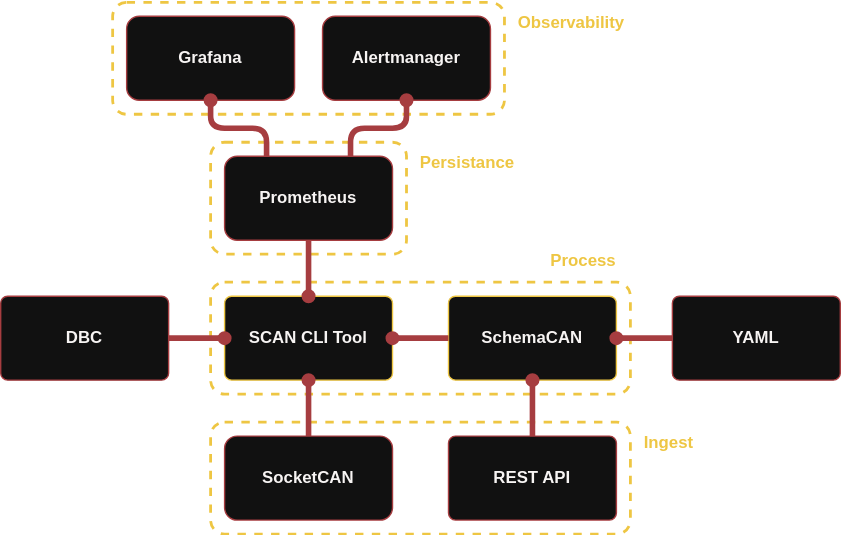
Before: docs/img/scan_architecture.drawio.svg, a diagram exported from draw.io (autonomoosetech/schemacan). Source tidied: cells renumbered, new cells last; positions are measured from the earlier drawing's top-left corner, leaving out a move shared by most shapes.
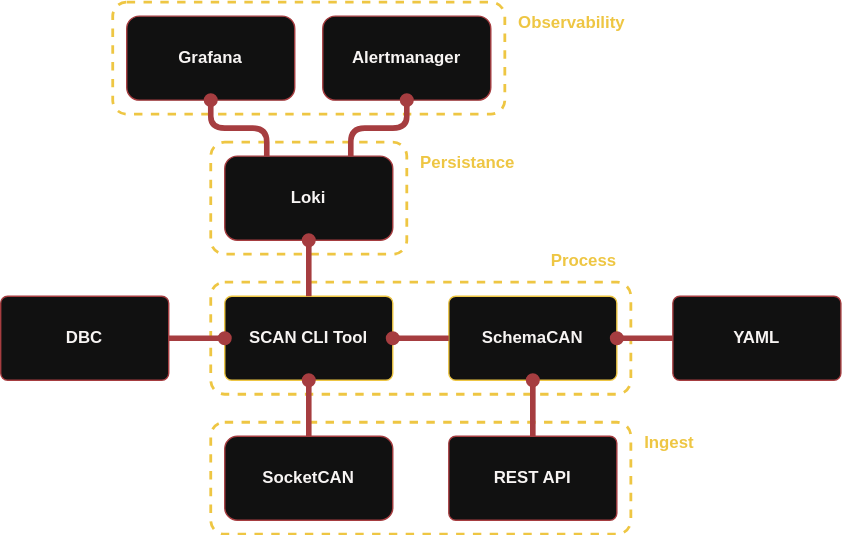
Later version of the same file.

Commit message:
change prometheus to loki

Diff of the diagram source:
```diff
@@ -32,10 +32,7 @@
     <mxCell id="11" style="edgeStyle=orthogonalEdgeStyle;rounded=1;jettySize=auto;html=1;exitX=0;exitY=0.5;exitDx=0;exitDy=0;entryX=1;entryY=0.5;entryDx=0;entryDy=0;fontColor=#F7F4F3;endArrow=oval;endFill=1;startSize=6;endSize=6;strokeColor=#A63D40;strokeWidth=4;" parent="1" edge="1" source="6" target="10">
       <mxGeometry relative="1" as="geometry" />
     </mxCell>
-    <mxCell id="12" style="edgeStyle=orthogonalEdgeStyle;rounded=1;jettySize=auto;html=1;exitX=0.5;exitY=1;exitDx=0;exitDy=0;fontColor=#EEC643;endArrow=oval;endFill=1;startSize=6;endSize=6;strokeColor=#A63D40;strokeWidth=4;" parent="1" edge="1" source="13" target="10">
-      <mxGeometry relative="1" as="geometry" />
-    </mxCell>
-    <mxCell id="13" value="Prometheus" style="rounded=1;whiteSpace=wrap;html=1;fontColor=#F7F4F3;fillColor=#111111;fontStyle=1;strokeColor=#A63D40;shadow=0;strokeWidth=1;" parent="1" vertex="1">
+    <mxCell id="13" value="Loki" style="rounded=1;whiteSpace=wrap;html=1;fontColor=#F7F4F3;fillColor=#111111;fontStyle=1;strokeColor=#A63D40;shadow=0;strokeWidth=1;" parent="1" vertex="1">
       <mxGeometry x="160" y="110" width="120" height="60" as="geometry" />
     </mxCell>
     <mxCell id="14" value="Grafana" style="rounded=1;whiteSpace=wrap;html=1;fontColor=#F7F4F3;fillColor=#111111;fontStyle=1;strokeColor=#A63D40;shadow=0;strokeWidth=1;" parent="1" vertex="1">
@@ -77,5 +74,14 @@
     <mxCell id="26" value="DBC" style="rounded=1;whiteSpace=wrap;html=1;fillColor=#111111;strokeColor=#A63D40;absoluteArcSize=1;arcSize=10;fontStyle=1;fontColor=#F7F4F3;shadow=0;strokeWidth=1;" parent="1" vertex="1">
       <mxGeometry y="210" width="120" height="60" as="geometry" />
     </mxCell>
+    <mxCell id="27" style="edgeStyle=orthogonalEdgeStyle;rounded=1;jettySize=auto;html=1;entryX=0.5;entryY=1;entryDx=0;entryDy=0;fontColor=#F7F4F3;endArrow=oval;endFill=1;startSize=6;endSize=6;strokeColor=#A63D40;strokeWidth=4;" parent="1" edge="1" target="13">
+      <mxGeometry relative="1" as="geometry">
+        <mxPoint x="220" y="210" as="sourcePoint" />
+        <Array as="points">
+          <mxPoint x="220" y="190" />
+          <mxPoint x="220" y="190" />
+        </Array>
+      </mxGeometry>
+    </mxCell>
   </root>
 </mxGraphModel>
```
